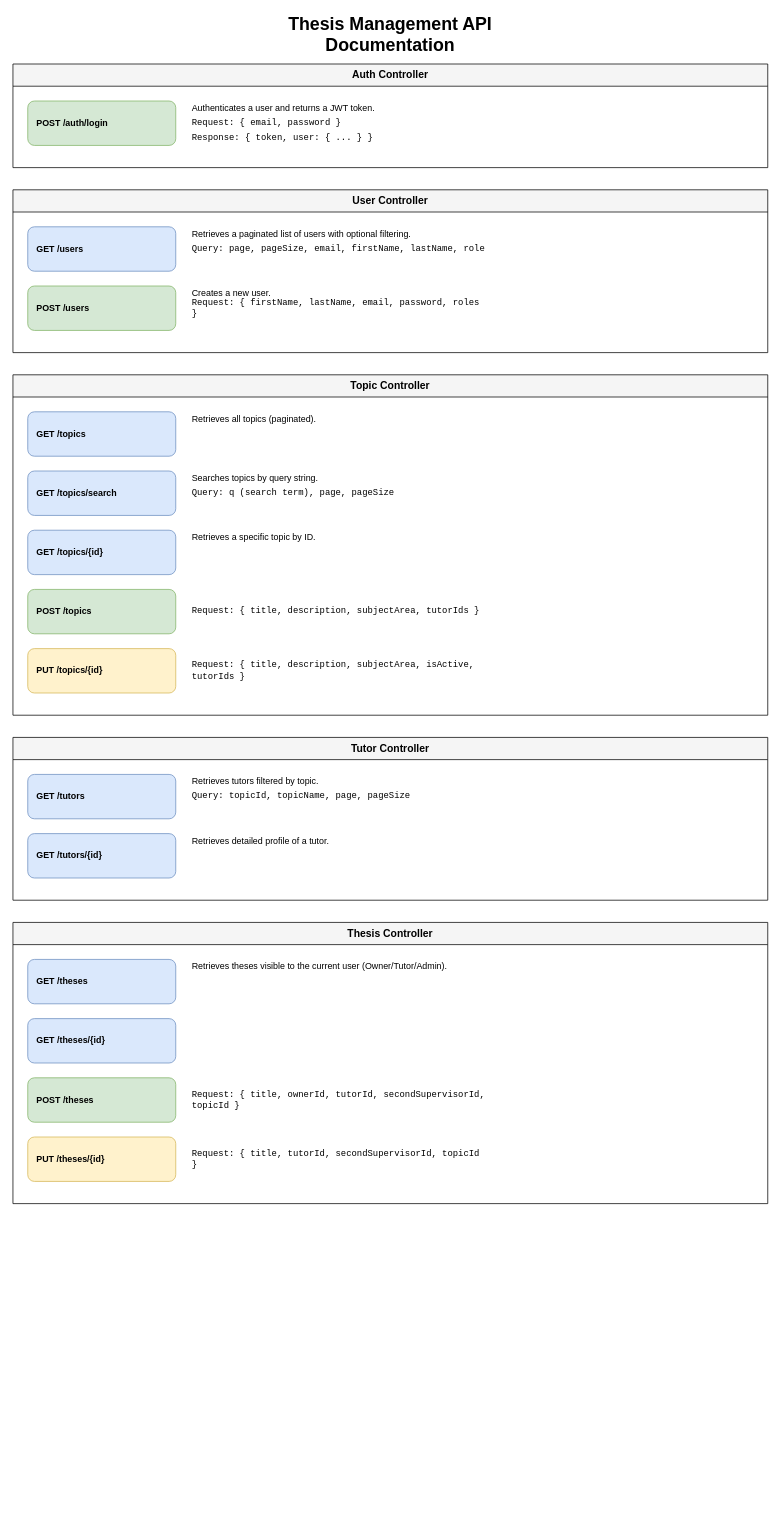
Above: help-api/ApiProject/api-documentation.drawio in scherenhaenden/DLBCSEMSE02_D_Betreuet_app (draw.io), before the change. Source tidied: cells renumbered, new cells numbered last; positions are measured from the earlier drawing's top-left corner, leaving out a move shared by most shapes. Both pictures are drawn from the tidied source at 74%, with x=0, y=0 at pixel (13, 19).
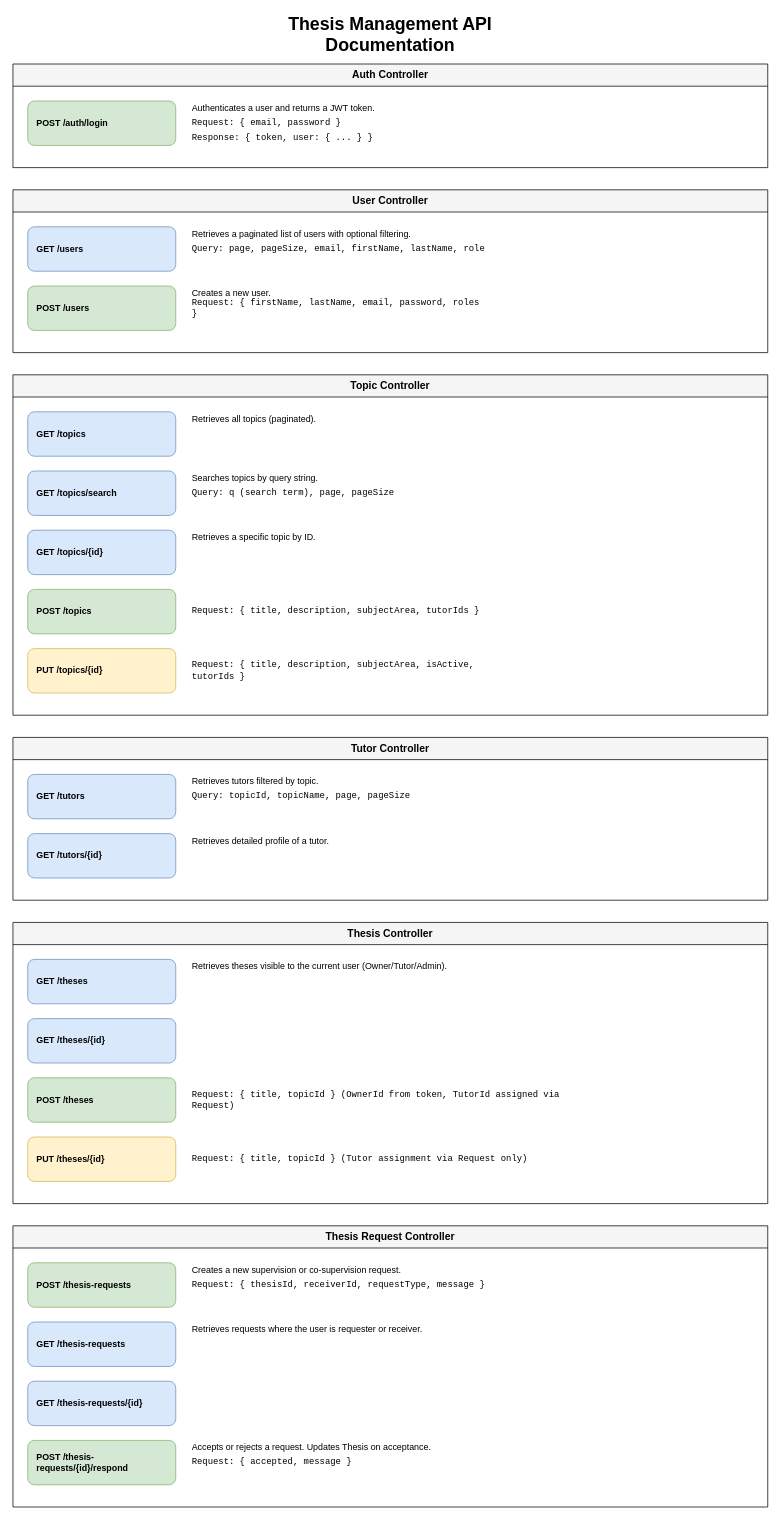
Above is the later version.

Unchanged cells that the change refers to:
```xml
<mxCell id="33" value="Thesis Controller" style="swimlane;whiteSpace=wrap;html=1;startSize=30;fillColor=#f5f5f5;fontStyle=1;fontSize=14;" parent="1" vertex="1">
  <mxGeometry y="1220" width="1020" height="380" as="geometry" />
</mxCell>
```

Diff of the diagram source:
```diff
@@
-    <mxCell id="38" value="Request: { title, ownerId, tutorId, secondSupervisorId, topicId }" style="text;html=1;strokeColor=none;fillColor=none;align=left;verticalAlign=middle;whiteSpace=wrap;rounded=0;fontFamily=Courier New;" parent="33" vertex="1">
-      <mxGeometry x="240" y="230" width="400" height="20" as="geometry" />
+    <mxCell id="38" value="Request: { title, topicId } (OwnerId from token, TutorId assigned via Request)" style="text;html=1;strokeColor=none;fillColor=none;align=left;verticalAlign=middle;whiteSpace=wrap;rounded=0;fontFamily=Courier New;" parent="33" vertex="1">
+      <mxGeometry x="240" y="230" width="500" height="20" as="geometry" />
     </mxCell>
@@
-    <mxCell id="40" value="Request: { title, tutorId, secondSupervisorId, topicId }" style="text;html=1;strokeColor=none;fillColor=none;align=left;verticalAlign=middle;whiteSpace=wrap;rounded=0;fontFamily=Courier New;" parent="33" vertex="1">
-      <mxGeometry x="240" y="310" width="400" height="20" as="geometry" />
+    <mxCell id="40" value="Request: { title, topicId } (Tutor assignment via Request only)" style="text;html=1;strokeColor=none;fillColor=none;align=left;verticalAlign=middle;whiteSpace=wrap;rounded=0;fontFamily=Courier New;" parent="33" vertex="1">
+      <mxGeometry x="240" y="310" width="500" height="20" as="geometry" />
     </mxCell>
+    <mxCell id="41" value="Thesis Request Controller" style="swimlane;whiteSpace=wrap;html=1;startSize=30;fillColor=#f5f5f5;fontStyle=1;fontSize=14;" parent="1" vertex="1">
+      <mxGeometry y="1630" width="1020" height="380" as="geometry" />
+    </mxCell>
+    <mxCell id="42" value="POST /thesis-requests" style="rounded=1;whiteSpace=wrap;html=1;fillColor=#d5e8d4;strokeColor=#82b366;fontStyle=1;align=left;spacingLeft=10;" parent="41" vertex="1">
+      <mxGeometry x="20" y="50" width="200" height="60" as="geometry" />
+    </mxCell>
+    <mxCell id="43" value="Creates a new supervision or co-supervision request." style="text;html=1;strokeColor=none;fillColor=none;align=left;verticalAlign=middle;whiteSpace=wrap;rounded=0;" parent="41" vertex="1">
+      <mxGeometry x="240" y="50" width="400" height="20" as="geometry" />
+    </mxCell>
+    <mxCell id="44" value="Request: { thesisId, receiverId, requestType, message }" style="text;html=1;strokeColor=none;fillColor=none;align=left;verticalAlign=middle;whiteSpace=wrap;rounded=0;fontFamily=Courier New;" parent="41" vertex="1">
+      <mxGeometry x="240" y="70" width="500" height="20" as="geometry" />
+    </mxCell>
+    <mxCell id="45" value="GET /thesis-requests" style="rounded=1;whiteSpace=wrap;html=1;fillColor=#dae8fc;strokeColor=#6c8ebf;fontStyle=1;align=left;spacingLeft=10;" parent="41" vertex="1">
+      <mxGeometry x="20" y="130" width="200" height="60" as="geometry" />
+    </mxCell>
+    <mxCell id="46" value="Retrieves requests where the user is requester or receiver." style="text;html=1;strokeColor=none;fillColor=none;align=left;verticalAlign=middle;whiteSpace=wrap;rounded=0;" parent="41" vertex="1">
+      <mxGeometry x="240" y="130" width="400" height="20" as="geometry" />
+    </mxCell>
+    <mxCell id="47" value="GET /thesis-requests/{id}" style="rounded=1;whiteSpace=wrap;html=1;fillColor=#dae8fc;strokeColor=#6c8ebf;fontStyle=1;align=left;spacingLeft=10;" parent="41" vertex="1">
+      <mxGeometry x="20" y="210" width="200" height="60" as="geometry" />
+    </mxCell>
+    <mxCell id="48" value="POST /thesis-requests/{id}/respond" style="rounded=1;whiteSpace=wrap;html=1;fillColor=#d5e8d4;strokeColor=#82b366;fontStyle=1;align=left;spacingLeft=10;" parent="41" vertex="1">
+      <mxGeometry x="20" y="290" width="200" height="60" as="geometry" />
+    </mxCell>
+    <mxCell id="49" value="Accepts or rejects a request. Updates Thesis on acceptance." style="text;html=1;strokeColor=none;fillColor=none;align=left;verticalAlign=middle;whiteSpace=wrap;rounded=0;" parent="41" vertex="1">
+      <mxGeometry x="240" y="290" width="400" height="20" as="geometry" />
+    </mxCell>
+    <mxCell id="50" value="Request: { accepted, message }" style="text;html=1;strokeColor=none;fillColor=none;align=left;verticalAlign=middle;whiteSpace=wrap;rounded=0;fontFamily=Courier New;" parent="41" vertex="1">
+      <mxGeometry x="240" y="310" width="500" height="20" as="geometry" />
+    </mxCell>
```
